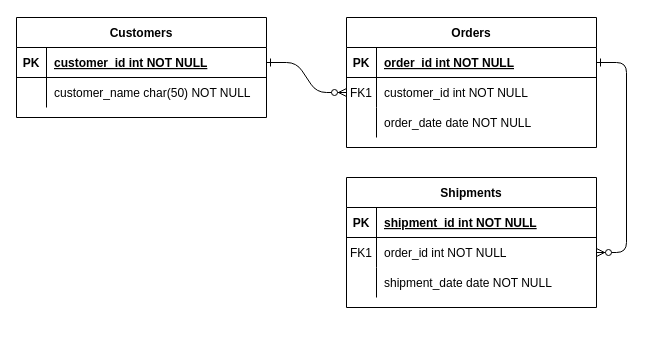
TimTimJIN/TaskManagementWebapps keeps this draw.io diagram as Untitled Diagram.drawio. Above is the earlier version. Source tidied: cells renumbered, new cells numbered last; positions are measured from the earlier drawing's top-left corner, leaving out a move shared by most shapes. Both pictures are drawn from the tidied source at 100%, with x=0, y=0 at pixel (16, 17).
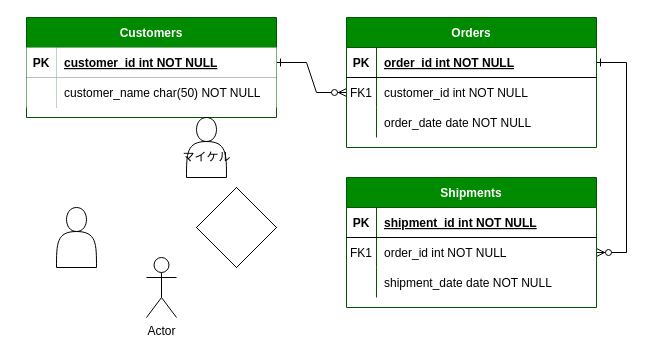
The same diagram, later.

Commit message:
Co-authored-by: asdfADF402 <asdfADF402@users.noreply.github.com>

The edit, as a diff of the source:
```diff
@@
-    <mxCell id="2" style="edgeStyle=entityRelationEdgeStyle;endArrow=ERzeroToMany;startArrow=ERone;endFill=1;startFill=0;" parent="1" edge="1" source="25" target="8">
+    <mxCell id="2" style="edgeStyle=entityRelationEdgeStyle;endArrow=ERzeroToMany;startArrow=ERone;endFill=1;startFill=0;rounded=0;" parent="1" edge="1" source="25" target="8">
       <mxGeometry relative="1" as="geometry" />
     </mxCell>
-    <mxCell id="3" style="edgeStyle=entityRelationEdgeStyle;endArrow=ERzeroToMany;startArrow=ERone;endFill=1;startFill=0;" parent="1" edge="1" source="5" target="18">
+    <mxCell id="3" style="edgeStyle=entityRelationEdgeStyle;endArrow=ERzeroToMany;startArrow=ERone;endFill=1;startFill=0;rounded=0;" parent="1" edge="1" source="5" target="18">
       <mxGeometry relative="1" as="geometry" />
     </mxCell>
-    <mxCell id="4" value="Orders" style="shape=table;startSize=30;childLayout=tableLayout;rowLines=0;fontStyle=1;align=center;" parent="1" vertex="1">
+    <mxCell id="4" value="Orders" style="shape=table;startSize=30;childLayout=tableLayout;rowLines=0;fontStyle=1;align=center;fillColor=#008a00;fontColor=#ffffff;strokeColor=#005700;rounded=0;" parent="1" vertex="1">
       <mxGeometry x="330" width="250" height="130" as="geometry" />
     </mxCell>
-    <mxCell id="5" style="shape=partialRectangle;fillColor=none;points=[[0,0.5],[1,0.5]];portConstraint=eastwest;top=0;left=0;right=0;bottom=1;" parent="4" vertex="1">
+    <mxCell id="5" style="shape=partialRectangle;fillColor=none;points=[[0,0.5],[1,0.5]];portConstraint=eastwest;top=0;left=0;right=0;bottom=1;rounded=0;" parent="4" vertex="1">
       <mxGeometry y="30" width="250" height="30" as="geometry" />
     </mxCell>
-    <mxCell id="6" value="PK" style="shape=partialRectangle;overflow=hidden;fillColor=none;top=0;left=0;bottom=0;right=0;fontStyle=1;" parent="5" vertex="1">
+    <mxCell id="6" value="PK" style="shape=partialRectangle;overflow=hidden;fillColor=none;top=0;left=0;bottom=0;right=0;fontStyle=1;rounded=0;" parent="5" vertex="1">
       <mxGeometry width="30" height="30" as="geometry" />
     </mxCell>
-    <mxCell id="7" value="order_id int NOT NULL " style="shape=partialRectangle;overflow=hidden;fillColor=none;top=0;left=0;bottom=0;right=0;align=left;spacingLeft=6;fontStyle=5;" parent="5" vertex="1">
+    <mxCell id="7" value="order_id int NOT NULL " style="shape=partialRectangle;overflow=hidden;fillColor=none;top=0;left=0;bottom=0;right=0;align=left;spacingLeft=6;fontStyle=5;rounded=0;" parent="5" vertex="1">
       <mxGeometry x="30" width="220" height="30" as="geometry" />
     </mxCell>
-    <mxCell id="8" style="shape=partialRectangle;fillColor=none;points=[[0,0.5],[1,0.5]];portConstraint=eastwest;top=0;left=0;right=0;bottom=0;" parent="4" vertex="1">
+    <mxCell id="8" style="shape=partialRectangle;fillColor=none;points=[[0,0.5],[1,0.5]];portConstraint=eastwest;top=0;left=0;right=0;bottom=0;rounded=0;" parent="4" vertex="1">
       <mxGeometry y="60" width="250" height="30" as="geometry" />
     </mxCell>
-    <mxCell id="9" value="FK1" style="shape=partialRectangle;overflow=hidden;fillColor=none;top=0;left=0;bottom=0;right=0;" parent="8" vertex="1">
+    <mxCell id="9" value="FK1" style="shape=partialRectangle;overflow=hidden;fillColor=none;top=0;left=0;bottom=0;right=0;rounded=0;" parent="8" vertex="1">
       <mxGeometry width="30" height="30" as="geometry" />
     </mxCell>
-    <mxCell id="10" value="customer_id int NOT NULL" style="shape=partialRectangle;overflow=hidden;fillColor=none;top=0;left=0;bottom=0;right=0;align=left;spacingLeft=6;" parent="8" vertex="1">
+    <mxCell id="10" value="customer_id int NOT NULL" style="shape=partialRectangle;overflow=hidden;fillColor=none;top=0;left=0;bottom=0;right=0;align=left;spacingLeft=6;rounded=0;" parent="8" vertex="1">
       <mxGeometry x="30" width="220" height="30" as="geometry" />
     </mxCell>
-    <mxCell id="11" style="shape=partialRectangle;fillColor=none;top=0;left=0;right=0;bottom=0;" parent="4" vertex="1">
+    <mxCell id="11" style="shape=partialRectangle;fillColor=none;top=0;left=0;right=0;bottom=0;rounded=0;" parent="4" vertex="1">
       <mxGeometry y="90" width="250" height="30" as="geometry" />
     </mxCell>
-    <mxCell id="12" style="shape=partialRectangle;overflow=hidden;fillColor=none;top=0;left=0;bottom=0;right=0;" parent="11" vertex="1">
+    <mxCell id="12" style="shape=partialRectangle;overflow=hidden;fillColor=none;top=0;left=0;bottom=0;right=0;rounded=0;" parent="11" vertex="1">
       <mxGeometry width="30" height="30" as="geometry" />
     </mxCell>
-    <mxCell id="13" value="order_date date NOT NULL" style="shape=partialRectangle;overflow=hidden;fillColor=none;top=0;left=0;bottom=0;right=0;align=left;spacingLeft=6;" parent="11" vertex="1">
+    <mxCell id="13" value="order_date date NOT NULL" style="shape=partialRectangle;overflow=hidden;fillColor=none;top=0;left=0;bottom=0;right=0;align=left;spacingLeft=6;rounded=0;" parent="11" vertex="1">
       <mxGeometry x="30" width="220" height="30" as="geometry" />
     </mxCell>
-    <mxCell id="14" value="Shipments" style="shape=table;startSize=30;childLayout=tableLayout;rowLines=0;fontStyle=1;align=center;" parent="1" vertex="1">
+    <mxCell id="14" value="Shipments" style="shape=table;startSize=30;childLayout=tableLayout;rowLines=0;fontStyle=1;align=center;fillColor=#008a00;fontColor=#ffffff;strokeColor=#005700;rounded=0;" parent="1" vertex="1">
       <mxGeometry x="330" y="160" width="250" height="130" as="geometry" />
     </mxCell>
-    <mxCell id="15" style="shape=partialRectangle;fillColor=none;top=0;left=0;right=0;bottom=1;" parent="14" vertex="1">
+    <mxCell id="15" style="shape=partialRectangle;fillColor=none;top=0;left=0;right=0;bottom=1;rounded=0;" parent="14" vertex="1">
       <mxGeometry y="30" width="250" height="30" as="geometry" />
     </mxCell>
-    <mxCell id="16" value="PK" style="shape=partialRectangle;overflow=hidden;fillColor=none;top=0;left=0;bottom=0;right=0;fontStyle=1;" parent="15" vertex="1">
+    <mxCell id="16" value="PK" style="shape=partialRectangle;overflow=hidden;fillColor=none;top=0;left=0;bottom=0;right=0;fontStyle=1;rounded=0;" parent="15" vertex="1">
       <mxGeometry width="30" height="30" as="geometry" />
     </mxCell>
-    <mxCell id="17" value="shipment_id int NOT NULL " style="shape=partialRectangle;overflow=hidden;fillColor=none;top=0;left=0;bottom=0;right=0;align=left;spacingLeft=6;fontStyle=5;" parent="15" vertex="1">
+    <mxCell id="17" value="shipment_id int NOT NULL " style="shape=partialRectangle;overflow=hidden;fillColor=none;top=0;left=0;bottom=0;right=0;align=left;spacingLeft=6;fontStyle=5;rounded=0;" parent="15" vertex="1">
       <mxGeometry x="30" width="220" height="30" as="geometry" />
     </mxCell>
-    <mxCell id="18" style="shape=partialRectangle;fillColor=none;points=[[0,0.5],[1,0.5]];portConstraint=eastwest;top=0;left=0;right=0;bottom=0;" parent="14" vertex="1">
+    <mxCell id="18" style="shape=partialRectangle;fillColor=none;points=[[0,0.5],[1,0.5]];portConstraint=eastwest;top=0;left=0;right=0;bottom=0;rounded=0;" parent="14" vertex="1">
       <mxGeometry y="60" width="250" height="30" as="geometry" />
     </mxCell>
-    <mxCell id="19" value="FK1" style="shape=partialRectangle;overflow=hidden;fillColor=none;top=0;left=0;bottom=0;right=0;" parent="18" vertex="1">
+    <mxCell id="19" value="FK1" style="shape=partialRectangle;overflow=hidden;fillColor=none;top=0;left=0;bottom=0;right=0;rounded=0;" parent="18" vertex="1">
       <mxGeometry width="30" height="30" as="geometry" />
     </mxCell>
-    <mxCell id="20" value="order_id int NOT NULL" style="shape=partialRectangle;overflow=hidden;fillColor=none;top=0;left=0;bottom=0;right=0;align=left;spacingLeft=6;" parent="18" vertex="1">
+    <mxCell id="20" value="order_id int NOT NULL" style="shape=partialRectangle;overflow=hidden;fillColor=none;top=0;left=0;bottom=0;right=0;align=left;spacingLeft=6;rounded=0;" parent="18" vertex="1">
       <mxGeometry x="30" width="220" height="30" as="geometry" />
     </mxCell>
-    <mxCell id="21" style="shape=partialRectangle;fillColor=none;top=0;left=0;right=0;bottom=0;" parent="14" vertex="1">
+    <mxCell id="21" style="shape=partialRectangle;fillColor=none;top=0;left=0;right=0;bottom=0;rounded=0;" parent="14" vertex="1">
       <mxGeometry y="90" width="250" height="30" as="geometry" />
     </mxCell>
-    <mxCell id="22" style="shape=partialRectangle;overflow=hidden;fillColor=none;top=0;left=0;bottom=0;right=0;" parent="21" vertex="1">
+    <mxCell id="22" style="shape=partialRectangle;overflow=hidden;fillColor=none;top=0;left=0;bottom=0;right=0;rounded=0;" parent="21" vertex="1">
       <mxGeometry width="30" height="30" as="geometry" />
     </mxCell>
-    <mxCell id="23" value="shipment_date date NOT NULL" style="shape=partialRectangle;overflow=hidden;fillColor=none;top=0;left=0;bottom=0;right=0;align=left;spacingLeft=6;" parent="21" vertex="1">
+    <mxCell id="23" value="shipment_date date NOT NULL" style="shape=partialRectangle;overflow=hidden;fillColor=none;top=0;left=0;bottom=0;right=0;align=left;spacingLeft=6;rounded=0;" parent="21" vertex="1">
       <mxGeometry x="30" width="220" height="30" as="geometry" />
     </mxCell>
-    <mxCell id="24" value="Customers" style="shape=table;startSize=30;childLayout=tableLayout;rowLines=0;fontStyle=1;align=center;" parent="1" vertex="1">
-      <mxGeometry width="250" height="100" as="geometry" />
+    <mxCell id="24" value="Customers" style="shape=table;startSize=30;childLayout=tableLayout;rowLines=0;fontStyle=1;align=center;fillColor=#008a00;fontColor=#ffffff;strokeColor=#005700;rounded=0;" parent="1" vertex="1">
+      <mxGeometry x="10" width="250" height="100" as="geometry" />
     </mxCell>
-    <mxCell id="25" style="shape=partialRectangle;fillColor=none;points=[[0,0.5],[1,0.5]];portConstraint=eastwest;top=0;left=0;right=0;bottom=1;" parent="24" vertex="1">
+    <mxCell id="25" style="shape=partialRectangle;fillColor=none;points=[[0,0.5],[1,0.5]];portConstraint=eastwest;top=0;left=0;right=0;bottom=1;rounded=0;" parent="24" vertex="1">
       <mxGeometry y="30" width="250" height="30" as="geometry" />
     </mxCell>
-    <mxCell id="26" value="PK" style="shape=partialRectangle;overflow=hidden;fillColor=none;top=0;left=0;bottom=0;right=0;fontStyle=1;" parent="25" vertex="1">
+    <mxCell id="26" value="PK" style="shape=partialRectangle;overflow=hidden;top=0;left=0;bottom=0;right=0;fontStyle=1;rounded=0;" parent="25" vertex="1">
       <mxGeometry width="30" height="30" as="geometry" />
     </mxCell>
-    <mxCell id="27" value="customer_id int NOT NULL " style="shape=partialRectangle;overflow=hidden;fillColor=none;top=0;left=0;bottom=0;right=0;align=left;spacingLeft=6;fontStyle=5;" parent="25" vertex="1">
+    <mxCell id="27" value="customer_id int NOT NULL " style="shape=partialRectangle;overflow=hidden;top=0;left=0;bottom=0;right=0;align=left;spacingLeft=6;fontStyle=5;rounded=0;" parent="25" vertex="1">
       <mxGeometry x="30" width="220" height="30" as="geometry" />
     </mxCell>
-    <mxCell id="28" style="shape=partialRectangle;fillColor=none;top=0;left=0;right=0;bottom=0;" parent="24" vertex="1">
+    <mxCell id="28" style="shape=partialRectangle;fillColor=none;top=0;left=0;right=0;bottom=0;rounded=0;" parent="24" vertex="1">
       <mxGeometry y="60" width="250" height="30" as="geometry" />
     </mxCell>
-    <mxCell id="29" style="shape=partialRectangle;overflow=hidden;fillColor=none;top=0;left=0;bottom=0;right=0;" parent="28" vertex="1">
+    <mxCell id="29" style="shape=partialRectangle;overflow=hidden;top=0;left=0;bottom=0;right=0;rounded=0;" parent="28" vertex="1">
       <mxGeometry width="30" height="30" as="geometry" />
     </mxCell>
-    <mxCell id="30" value="customer_name char(50) NOT NULL" style="shape=partialRectangle;overflow=hidden;fillColor=none;top=0;left=0;bottom=0;right=0;align=left;spacingLeft=6;" parent="28" vertex="1">
+    <mxCell id="30" value="customer_name char(50) NOT NULL" style="shape=partialRectangle;overflow=hidden;top=0;left=0;bottom=0;right=0;align=left;spacingLeft=6;rounded=0;" parent="28" vertex="1">
       <mxGeometry x="30" width="220" height="30" as="geometry" />
     </mxCell>
+    <mxCell id="31" style="shape=actor;whiteSpace=wrap;html=1;rounded=0;" parent="1" vertex="1">
+      <mxGeometry x="40" y="190" width="40" height="60" as="geometry" />
+    </mxCell>
+    <mxCell id="32" style="shape=actor;whiteSpace=wrap;html=1;fillColor=none;rounded=0;" parent="1" vertex="1">
+      <mxGeometry x="170" y="100" width="40" height="60" as="geometry" />
+    </mxCell>
+    <mxCell id="33" value="マイケル" style="text;html=1;align=center;verticalAlign=middle;fillColor=none;strokeColor=none;rounded=0;" parent="1" vertex="1">
+      <mxGeometry x="160" y="130" width="60" height="20" as="geometry" />
+    </mxCell>
+    <mxCell id="34" style="rhombus;whiteSpace=wrap;html=1;fillColor=none;" parent="1" vertex="1">
+      <mxGeometry x="180" y="170" width="80" height="80" as="geometry" />
+    </mxCell>
+    <mxCell id="35" style="rhombus;whiteSpace=wrap;html=1;fillColor=none;" parent="1" vertex="1">
+      <mxGeometry x="180" y="170" width="80" height="80" as="geometry" />
+    </mxCell>
+    <mxCell id="36" value="Actor" style="shape=umlActor;verticalLabelPosition=bottom;verticalAlign=top;html=1;fillColor=none;" parent="1" vertex="1">
+      <mxGeometry x="130" y="240" width="30" height="60" as="geometry" />
+    </mxCell>
```
